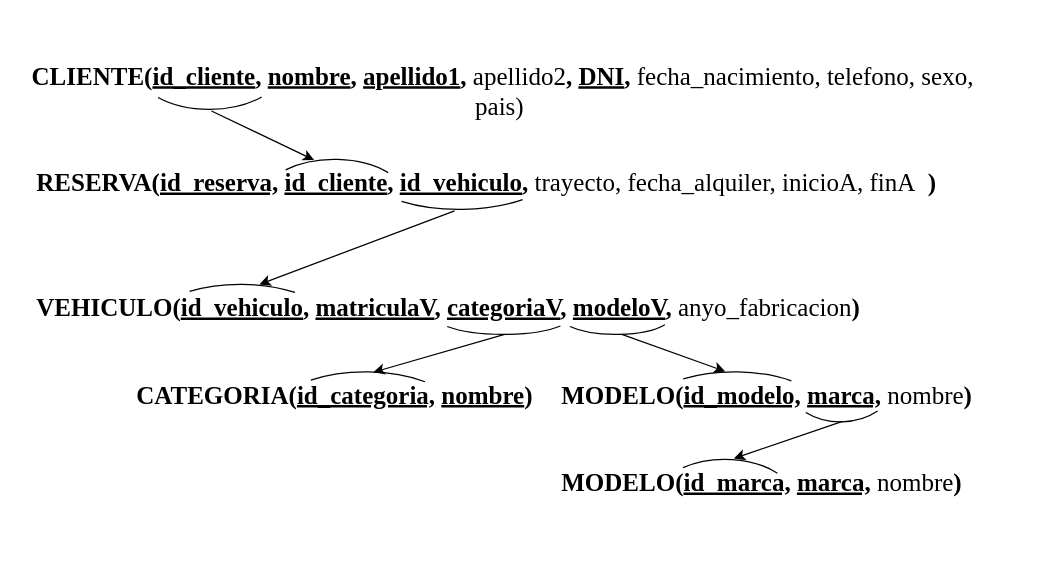
Earlier version of the draw.io diagram grafo.drawio (PedroCorroDev/aprendiendo-react). Source tidied: cells renumbered, new cells numbered last; positions are measured from the earlier drawing's top-left corner, leaving out a move shared by most shapes. Both pictures are drawn from the tidied source at 125%, with x=0, y=0 at pixel (21, 21).
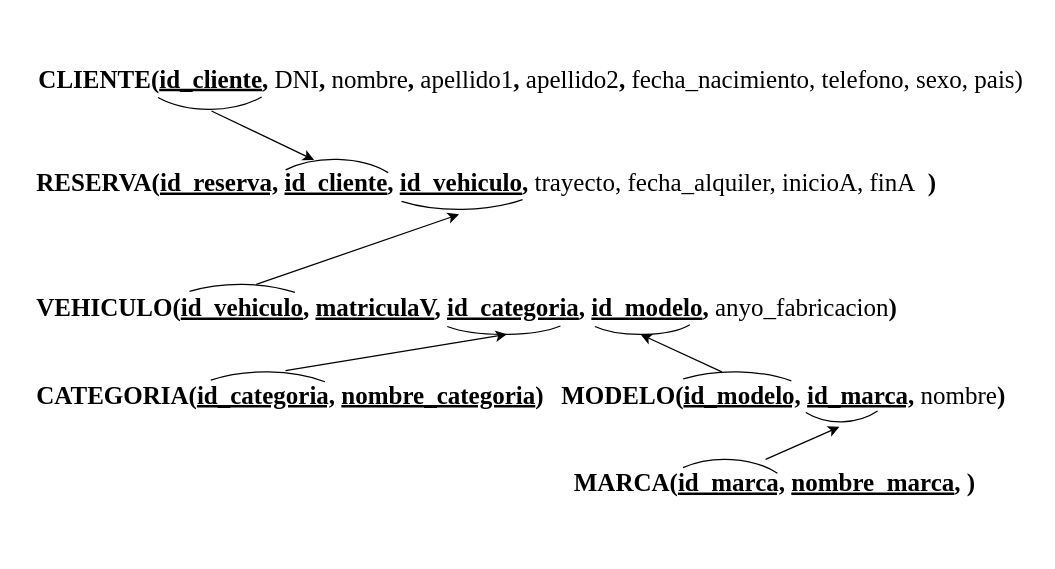
Above is the later version.

The change refers to these unchanged cells:
```xml
<mxCell id="4" value="&lt;div style=&quot;text-align: center;&quot;&gt;&lt;b&gt;RESERVA(&lt;u&gt;id_reserva,&lt;/u&gt;&amp;nbsp;&lt;u&gt;id_cliente&lt;/u&gt;, &lt;u&gt;id_vehiculo&lt;/u&gt;, &lt;/b&gt;trayecto, fecha_alquiler, inicioA, finA&lt;b&gt;&amp;nbsp;&amp;nbsp;&lt;/b&gt;&lt;b&gt;)&lt;/b&gt;&lt;/div&gt;" style="text;whiteSpace=wrap;html=1;fontSize=20;fontFamily=Times New Roman;" parent="1" vertex="1">
  <mxGeometry x="10" y="110" width="760" height="40" as="geometry" />
</mxCell>
<mxCell id="8" style="verticalLabelPosition=bottom;verticalAlign=top;html=1;shape=mxgraph.basic.arc;startAngle=0.39112979695980993;endAngle=0.5982631995663225;fontFamily=Times New Roman;fontSize=20;" parent="1" vertex="1">
  <mxGeometry x="270" y="80" width="160" height="70" as="geometry" />
</mxCell>
<mxCell id="9" style="verticalLabelPosition=bottom;verticalAlign=top;html=1;shape=mxgraph.basic.arc;startAngle=0.9082670345672316;endAngle=0.09835240482574906;fontFamily=Times New Roman;fontSize=20;" parent="1" vertex="1">
  <mxGeometry x="100" y="210" width="150" height="70" as="geometry" />
</mxCell>
<mxCell id="13" style="verticalLabelPosition=bottom;verticalAlign=top;html=1;shape=mxgraph.basic.arc;startAngle=0.3431235368016027;endAngle=0.6510809654481424;fontFamily=Times New Roman;fontSize=20;" parent="1" vertex="1">
  <mxGeometry x="330" y="220" width="110" height="30" as="geometry" />
</mxCell>
<mxCell id="17" style="verticalLabelPosition=bottom;verticalAlign=top;html=1;shape=mxgraph.basic.arc;startAngle=0.9006385728992437;endAngle=0.1127813740139013;fontFamily=Times New Roman;fontSize=20;" parent="1" vertex="1">
  <mxGeometry x="500" y="280" width="140" height="60" as="geometry" />
</mxCell>
<mxCell id="20" style="verticalLabelPosition=bottom;verticalAlign=top;html=1;shape=mxgraph.basic.arc;startAngle=0.38577367917457694;endAngle=0.6062888577385573;fontFamily=Times New Roman;fontSize=20;" parent="1" vertex="1">
  <mxGeometry x="610" y="250" width="90" height="70" as="geometry" />
</mxCell>
<mxCell id="21" style="verticalLabelPosition=bottom;verticalAlign=top;html=1;shape=mxgraph.basic.arc;startAngle=0.9006385728992437;endAngle=0.13005084156792177;fontFamily=Times New Roman;fontSize=20;" parent="1" vertex="1">
  <mxGeometry x="505" y="350" width="115" height="70" as="geometry" />
</mxCell>
```

The edit, as a diff of the source:
```diff
@@
-    <mxCell id="2" value="&lt;font style=&quot;font-size: 20px;&quot; face=&quot;Times New Roman&quot;&gt;&lt;b&gt;CLIENTE(&lt;u&gt;id_cliente&lt;/u&gt;,&amp;nbsp;&lt;u&gt;nombre&lt;/u&gt;, &lt;u&gt;apellido1&lt;/u&gt;, &lt;/b&gt;apellido2&lt;b&gt;, &lt;u&gt;DNI&lt;/u&gt;,&amp;nbsp;&lt;/b&gt;fecha_nacimiento, telefono, sexo, pais)&amp;nbsp;&lt;/font&gt;" style="text;html=1;strokeColor=none;fillColor=none;align=center;verticalAlign=middle;whiteSpace=wrap;rounded=0;" parent="1" vertex="1">
-      <mxGeometry y="40" width="770" height="30" as="geometry" />
+    <mxCell id="2" value="&lt;font style=&quot;font-size: 20px;&quot; face=&quot;Times New Roman&quot;&gt;&lt;b&gt;CLIENTE(&lt;/b&gt;&lt;u style=&quot;font-weight: bold;&quot;&gt;id_cliente&lt;/u&gt;&lt;b&gt;, &lt;/b&gt;DNI&lt;b&gt;,&amp;nbsp;&lt;/b&gt;nombre&lt;b&gt;, &lt;/b&gt;apellido1&lt;b&gt;, &lt;/b&gt;apellido2&lt;b&gt;,&amp;nbsp;&lt;/b&gt;fecha_nacimiento, telefono, sexo, pais)&amp;nbsp;&lt;/font&gt;" style="text;html=1;strokeColor=none;fillColor=none;align=center;verticalAlign=middle;whiteSpace=wrap;rounded=0;" parent="1" vertex="1">
+      <mxGeometry x="10" y="30" width="800" height="30" as="geometry" />
     </mxCell>
-    <mxCell id="3" value="&lt;div style=&quot;text-align: center;&quot;&gt;&lt;b&gt;VEHICULO(&lt;u&gt;id_vehiculo&lt;/u&gt;,&amp;nbsp;&lt;u&gt;matriculaV&lt;/u&gt;, &lt;u&gt;categoriaV&lt;/u&gt;, &lt;u&gt;modeloV&lt;/u&gt;, &lt;/b&gt;anyo_fabricacion&lt;b&gt;)&lt;/b&gt;&lt;/div&gt;" style="text;whiteSpace=wrap;html=1;fontSize=20;fontFamily=Times New Roman;" parent="1" vertex="1">
+    <mxCell id="3" value="&lt;div style=&quot;text-align: center;&quot;&gt;&lt;b&gt;VEHICULO(&lt;u&gt;id_vehiculo&lt;/u&gt;,&amp;nbsp;&lt;u&gt;matriculaV&lt;/u&gt;, &lt;u&gt;id_categoria&lt;/u&gt;, &lt;u&gt;id_modelo&lt;/u&gt;, &lt;/b&gt;anyo_fabricacion&lt;b&gt;)&lt;/b&gt;&lt;/div&gt;" style="text;whiteSpace=wrap;html=1;fontSize=20;fontFamily=Times New Roman;" parent="1" vertex="1">
       <mxGeometry x="10" y="210" width="710" height="70" as="geometry" />
     </mxCell>
@@
-    <mxCell id="10" style="endArrow=classic;html=1;rounded=0;fontFamily=Times New Roman;fontSize=20;entryX=0.6;entryY=0;entryDx=0;entryDy=0;entryPerimeter=0;exitX=0.476;exitY=1.018;exitDx=0;exitDy=0;exitPerimeter=0;" parent="1" edge="1" source="8" target="9">
+    <mxCell id="10" style="endArrow=classic;html=1;rounded=0;fontFamily=Times New Roman;fontSize=20;entryX=0.447;entryY=1.1;entryDx=0;entryDy=0;entryPerimeter=0;exitX=0.25;exitY=0;exitDx=0;exitDy=0;" parent="1" edge="1" source="3" target="4">
       <mxGeometry relative="1" as="geometry" />
     </mxCell>
-    <mxCell id="11" value="&lt;div style=&quot;text-align: center;&quot;&gt;&lt;b&gt;MODELO(&lt;/b&gt;&lt;u style=&quot;font-weight: bold;&quot;&gt;id_modelo,&lt;/u&gt;&amp;nbsp;&lt;b&gt;&lt;u&gt;marca,&lt;/u&gt;&amp;nbsp;&lt;/b&gt;nombre&lt;b&gt;)&lt;/b&gt;&lt;/div&gt;" style="text;whiteSpace=wrap;html=1;fontSize=20;fontFamily=Times New Roman;" parent="1" vertex="1">
+    <mxCell id="11" value="&lt;div style=&quot;text-align: center;&quot;&gt;&lt;b&gt;MODELO(&lt;/b&gt;&lt;u style=&quot;font-weight: bold;&quot;&gt;id_modelo,&lt;/u&gt;&amp;nbsp;&lt;b&gt;&lt;u&gt;id_marca,&lt;/u&gt;&amp;nbsp;&lt;/b&gt;nombre&lt;b&gt;)&lt;/b&gt;&lt;/div&gt;" style="text;whiteSpace=wrap;html=1;fontSize=20;fontFamily=Times New Roman;" parent="1" vertex="1">
       <mxGeometry x="430" y="280" width="310" height="50" as="geometry" />
     </mxCell>
-    <mxCell id="12" value="&lt;div style=&quot;text-align: center;&quot;&gt;&lt;b&gt;CATEGORIA(&lt;/b&gt;&lt;u style=&quot;font-weight: bold;&quot;&gt;id_categoria,&lt;/u&gt;&lt;span style=&quot;font-weight: bold;&quot;&gt;&amp;nbsp;&lt;u&gt;nombre&lt;/u&gt;&lt;/span&gt;&lt;b&gt;)&lt;/b&gt;&lt;/div&gt;" style="text;whiteSpace=wrap;html=1;fontSize=20;fontFamily=Times New Roman;" parent="1" vertex="1">
-      <mxGeometry x="90" y="280" width="310" height="50" as="geometry" />
+    <mxCell id="12" value="&lt;div style=&quot;text-align: center;&quot;&gt;&lt;b&gt;CATEGORIA(&lt;/b&gt;&lt;u style=&quot;font-weight: bold;&quot;&gt;id_categoria,&lt;/u&gt;&lt;b&gt;&amp;nbsp;&lt;/b&gt;&lt;u&gt;&lt;b&gt;nombre_categoria&lt;/b&gt;&lt;/u&gt;&lt;b&gt;)&lt;/b&gt;&lt;/div&gt;" style="text;whiteSpace=wrap;html=1;fontSize=20;fontFamily=Times New Roman;" parent="1" vertex="1">
+      <mxGeometry x="10" y="280" width="310" height="50" as="geometry" />
     </mxCell>
@@
     <mxCell id="14" style="verticalLabelPosition=bottom;verticalAlign=top;html=1;shape=mxgraph.basic.arc;startAngle=0.9006385728992437;endAngle=0.10904400465620231;fontFamily=Times New Roman;fontSize=20;" parent="1" vertex="1">
-      <mxGeometry x="200" y="280" width="150" height="70" as="geometry" />
+      <mxGeometry x="120" y="280" width="150" height="70" as="geometry" />
     </mxCell>
-    <mxCell id="15" style="endArrow=classic;html=1;rounded=0;fontFamily=Times New Roman;fontSize=20;entryX=0.617;entryY=0.005;entryDx=0;entryDy=0;entryPerimeter=0;exitX=0.476;exitY=1.018;exitDx=0;exitDy=0;exitPerimeter=0;" parent="1" edge="1" target="12">
-      <mxGeometry relative="1" as="geometry">
-        <mxPoint x="386.2" y="250" as="sourcePoint" />
-      </mxGeometry>
-    </mxCell>
     <mxCell id="16" style="verticalLabelPosition=bottom;verticalAlign=top;html=1;shape=mxgraph.basic.arc;startAngle=0.33035118287570453;endAngle=0.6510809654481424;fontFamily=Times New Roman;fontSize=20;" parent="1" vertex="1">
-      <mxGeometry x="430" y="220" width="90" height="30" as="geometry" />
+      <mxGeometry x="450" y="220" width="90" height="30" as="geometry" />
     </mxCell>
@@
-    <mxCell id="18" style="endArrow=classic;html=1;rounded=0;fontFamily=Times New Roman;fontSize=20;entryX=0.448;entryY=-0.006;entryDx=0;entryDy=0;entryPerimeter=0;exitX=0.514;exitY=1.018;exitDx=0;exitDy=0;exitPerimeter=0;" parent="1" edge="1" target="17">
+    <mxCell id="18" style="endArrow=classic;html=1;rounded=0;fontFamily=Times New Roman;fontSize=20;entryX=0.5;entryY=1;entryDx=0;entryDy=0;entryPerimeter=0;" parent="1" edge="1" target="16">
       <mxGeometry relative="1" as="geometry">
-        <mxPoint x="480" y="250" as="sourcePoint" />
+        <mxPoint x="560" y="280" as="sourcePoint" />
       </mxGeometry>
     </mxCell>
-    <mxCell id="19" value="&lt;div style=&quot;text-align: center;&quot;&gt;&lt;b&gt;MODELO(&lt;/b&gt;&lt;u style=&quot;font-weight: bold;&quot;&gt;id_marca,&lt;/u&gt;&amp;nbsp;&lt;b&gt;&lt;u&gt;marca,&lt;/u&gt;&amp;nbsp;&lt;/b&gt;nombre&lt;b&gt;)&lt;/b&gt;&lt;/div&gt;" style="text;whiteSpace=wrap;html=1;fontSize=20;fontFamily=Times New Roman;" parent="1" vertex="1">
-      <mxGeometry x="430" y="350" width="310" height="50" as="geometry" />
+    <mxCell id="19" value="&lt;div style=&quot;text-align: center;&quot;&gt;&lt;b&gt;MARCA(&lt;/b&gt;&lt;u style=&quot;font-weight: bold;&quot;&gt;id_marca,&lt;/u&gt;&amp;nbsp;&lt;u&gt;&lt;b&gt;nombre_marca&lt;/b&gt;&lt;/u&gt;&lt;u style=&quot;font-weight: bold;&quot;&gt;,&lt;/u&gt;&lt;b&gt;&amp;nbsp;)&lt;/b&gt;&lt;/div&gt;" style="text;whiteSpace=wrap;html=1;fontSize=20;fontFamily=Times New Roman;" parent="1" vertex="1">
+      <mxGeometry x="440" y="350" width="310" height="50" as="geometry" />
     </mxCell>
@@
-    <mxCell id="22" style="endArrow=classic;html=1;rounded=0;fontFamily=Times New Roman;fontSize=20;entryX=0.562;entryY=-0.011;entryDx=0;entryDy=0;entryPerimeter=0;exitX=0.517;exitY=0.994;exitDx=0;exitDy=0;exitPerimeter=0;" parent="1" edge="1" source="20" target="21">
+    <mxCell id="22" style="endArrow=classic;html=1;rounded=0;fontFamily=Times New Roman;fontSize=20;entryX=0.489;entryY=1.057;entryDx=0;entryDy=0;entryPerimeter=0;exitX=0.5;exitY=0;exitDx=0;exitDy=0;" parent="1" edge="1" source="19" target="20">
       <mxGeometry relative="1" as="geometry" />
     </mxCell>
+    <mxCell id="23" style="endArrow=classic;html=1;rounded=0;fontFamily=Times New Roman;fontSize=20;entryX=0.527;entryY=1;entryDx=0;entryDy=0;entryPerimeter=0;exitX=0.648;exitY=-0.02;exitDx=0;exitDy=0;exitPerimeter=0;" parent="1" edge="1" source="12" target="13">
+      <mxGeometry relative="1" as="geometry" />
+    </mxCell>
```
